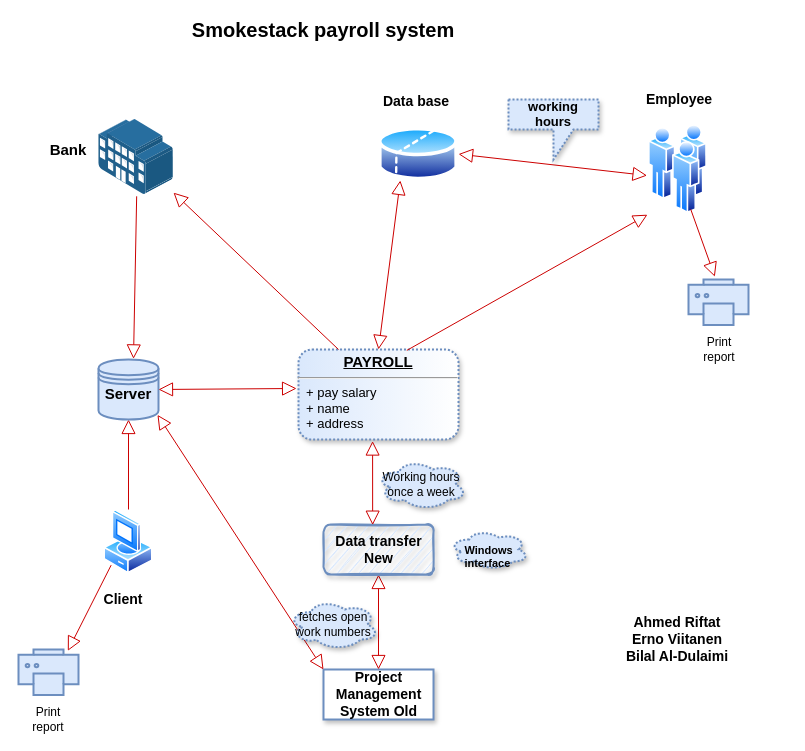
bilalaldulaimi/arduinoUno-wisol keeps this draw.io diagram as sigfox-hello-world/Untitled Diagram.drawio. Above is the earlier version. Source tidied: cells renumbered, new cells numbered last; positions are measured from the earlier drawing's top-left corner, leaving out a move shared by most shapes. Both pictures are drawn from the tidied source at 100%, with x=0, y=0 at pixel (18, 19).
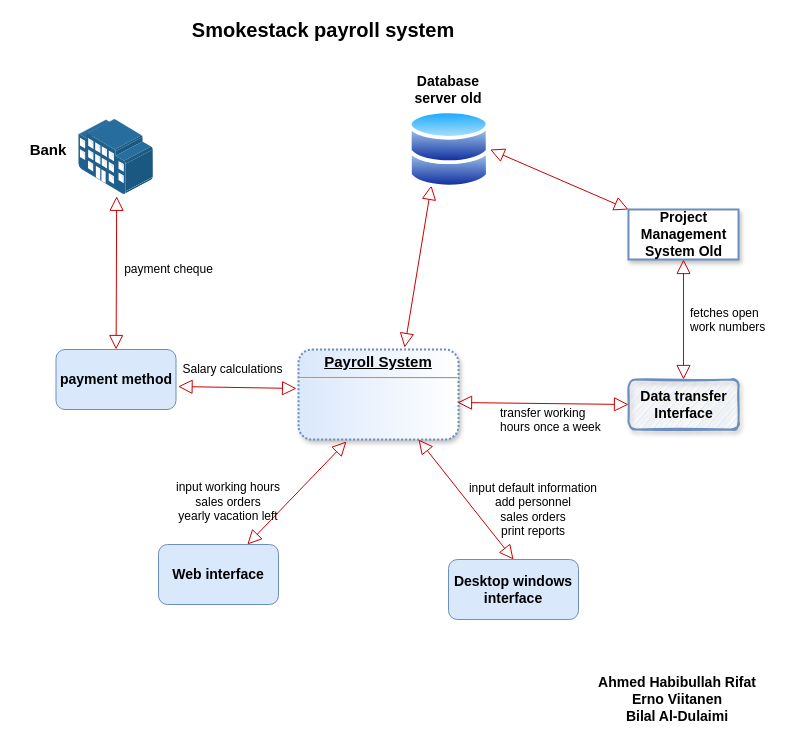
Above is the later version.

Change to the diagram source:
```diff
@@
-    <mxCell id="2" value="&lt;p style=&quot;margin: 4px 0px 0px ; text-align: center ; text-decoration: underline ; font-size: 15px&quot;&gt;&lt;b&gt;PAYROLL&lt;/b&gt;&lt;br&gt;&lt;/p&gt;&lt;hr&gt;&lt;p style=&quot;margin: 0px 0px 0px 8px ; font-size: 13px&quot;&gt;+ pay salary&lt;/p&gt;&lt;p style=&quot;margin: 0px 0px 0px 8px ; font-size: 13px&quot;&gt;+ name&lt;/p&gt;&lt;p style=&quot;margin: 0px 0px 0px 8px ; font-size: 13px&quot;&gt;+ address&lt;/p&gt;&lt;p style=&quot;margin: 0px 0px 0px 8px ; font-size: 13px&quot;&gt;&lt;br&gt;&lt;/p&gt;" style="verticalAlign=top;align=left;overflow=fill;fontSize=12;fontFamily=Helvetica;html=1;strokeWidth=2;fillColor=#dae8fc;strokeColor=#6c8ebf;dashed=1;dashPattern=1 1;rounded=1;perimeterSpacing=0;shadow=1;sketch=0;gradientColor=#ffffff;gradientDirection=east;" parent="1" vertex="1">
+    <mxCell id="2" value="&lt;p style=&quot;margin: 4px 0px 0px ; text-decoration: underline ; font-size: 15px&quot; align=&quot;center&quot;&gt;&lt;b&gt;Payroll System&lt;/b&gt;&lt;br&gt;&lt;/p&gt;&lt;hr&gt;&lt;p style=&quot;margin: 0px 0px 0px 8px ; font-size: 13px&quot;&gt;&lt;br&gt;&lt;/p&gt;&lt;br&gt;&lt;p style=&quot;margin: 0px 0px 0px 8px ; font-size: 13px&quot;&gt;&lt;br&gt;&lt;/p&gt;" style="verticalAlign=top;align=left;overflow=fill;fontSize=12;fontFamily=Helvetica;html=1;strokeWidth=2;fillColor=#dae8fc;strokeColor=#6c8ebf;dashed=1;dashPattern=1 1;rounded=1;perimeterSpacing=0;shadow=1;sketch=0;gradientColor=#ffffff;gradientDirection=east;imageAspect=1;" parent="1" vertex="1">
       <mxGeometry x="280" y="330" width="160" height="90" as="geometry" />
     </mxCell>
-    <mxCell id="3" style="endArrow=block;html=1;exitX=0.25;exitY=0;exitDx=0;exitDy=0;endFill=0;strokeColor=#CC0000;endSize=12;" parent="1" edge="1" source="2" target="13">
-      <mxGeometry relative="1" as="geometry" />
-    </mxCell>
-    <mxCell id="4" style="endArrow=block;html=1;strokeColor=#CC0000;entryX=-0.017;entryY=1.011;entryDx=0;entryDy=0;exitX=0.677;exitY=0.01;exitDx=0;exitDy=0;exitPerimeter=0;endFill=0;endSize=12;entryPerimeter=0;" parent="1" edge="1" source="2" target="20">
-      <mxGeometry relative="1" as="geometry" />
-    </mxCell>
-    <mxCell id="5" style="endArrow=block;startArrow=block;html=1;strokeColor=#CC0000;exitX=0.5;exitY=0;exitDx=0;exitDy=0;endFill=0;startFill=0;endSize=12;targetPerimeterSpacing=0;startSize=12;entryX=0.25;entryY=1;entryDx=0;entryDy=0;" parent="1" edge="1" source="2" target="18">
+    <mxCell id="5" style="endArrow=block;startArrow=block;html=1;strokeColor=#CC0000;exitX=0.663;exitY=-0.022;exitDx=0;exitDy=0;endFill=0;startFill=0;endSize=12;targetPerimeterSpacing=0;startSize=12;exitPerimeter=0;entryX=0.25;entryY=1;entryDx=0;entryDy=0;" parent="1" edge="1" source="2" target="38">
       <mxGeometry relative="1" as="geometry" />
     </mxCell>
-    <mxCell id="6" style="endArrow=block;startArrow=block;html=1;strokeColor=#CC0000;exitX=1;exitY=0.5;exitDx=0;exitDy=0;endSize=12;startSize=12;endFill=0;startFill=0;entryX=-0.024;entryY=0.572;entryDx=0;entryDy=0;entryPerimeter=0;" parent="1" edge="1" source="18" target="20">
+    <mxCell id="6" style="endArrow=block;startArrow=block;html=1;strokeColor=#CC0000;exitX=1;exitY=0.5;exitDx=0;exitDy=0;endSize=12;startSize=12;endFill=0;startFill=0;entryX=0;entryY=0;entryDx=0;entryDy=0;" parent="1" edge="1" source="38" target="10">
       <mxGeometry relative="1" as="geometry" />
     </mxCell>
-    <mxCell id="7" style="endArrow=block;html=1;strokeColor=#CC0000;entryX=0.5;entryY=1;entryDx=0;entryDy=0;endSize=12;endFill=0;" parent="1" edge="1" target="12">
-      <mxGeometry relative="1" as="geometry">
-        <mxPoint x="110" y="490" as="sourcePoint" />
-      </mxGeometry>
-    </mxCell>
@@
-    <mxCell id="9" style="endArrow=block;html=1;strokeColor=#CC0000;exitX=0.509;exitY=1.024;exitDx=0;exitDy=0;exitPerimeter=0;entryX=0.773;entryY=-0.013;entryDx=0;entryDy=0;entryPerimeter=0;endSize=12;endFill=0;" parent="1" edge="1" source="13">
-      <mxGeometry relative="1" as="geometry">
-        <mxPoint x="115" y="339.4" as="targetPoint" />
-      </mxGeometry>
+    <mxCell id="9" style="endArrow=block;html=1;strokeColor=#CC0000;exitX=0.509;exitY=1.024;exitDx=0;exitDy=0;exitPerimeter=0;endSize=12;endFill=0;startArrow=block;startFill=0;startSize=12;" parent="1" edge="1" source="13" target="45">
+      <mxGeometry relative="1" as="geometry" />
     </mxCell>
     <mxCell id="10" value="&lt;font style=&quot;font-size: 14px&quot;&gt;&lt;b&gt;&lt;font style=&quot;font-size: 14px&quot;&gt;Project&lt;/font&gt;&lt;/b&gt;&lt;/font&gt;&lt;div style=&quot;font-size: 14px&quot;&gt;&lt;font style=&quot;font-size: 14px&quot;&gt;&lt;b&gt;&lt;font style=&quot;font-size: 14px&quot;&gt;Management&lt;/font&gt;&lt;br&gt;&lt;/b&gt;&lt;/font&gt;&lt;/div&gt;&lt;div style=&quot;font-size: 14px&quot;&gt;&lt;font style=&quot;font-size: 14px&quot;&gt;&lt;b&gt;System Old&lt;/b&gt;&lt;/font&gt;&lt;br&gt;&lt;b&gt;&lt;/b&gt;&lt;/div&gt;" style="html=1;strokeWidth=2;strokeColor=#6c8ebf;rounded=0;glass=0;shadow=1;" parent="1" vertex="1">
-      <mxGeometry x="305" y="650" width="110" height="50" as="geometry" />
+      <mxGeometry x="610" y="190" width="110" height="50" as="geometry" />
     </mxCell>
-    <mxCell id="11" style="endArrow=block;startArrow=block;html=1;strokeColor=#CC0000;entryX=0.5;entryY=0;entryDx=0;entryDy=0;endSize=12;startSize=12;endFill=0;startFill=0;strokeWidth=1;exitX=0.5;exitY=1;exitDx=0;exitDy=0;" parent="1" edge="1" source="24" target="10">
+    <mxCell id="11" style="endArrow=block;startArrow=block;html=1;strokeColor=#CC0000;endSize=12;startSize=12;endFill=0;startFill=0;strokeWidth=1;exitX=0.5;exitY=0;exitDx=0;exitDy=0;entryX=0.5;entryY=1;entryDx=0;entryDy=0;" parent="1" edge="1" source="24" target="10">
       <mxGeometry relative="1" as="geometry" />
     </mxCell>
-    <mxCell id="12" value="&#10;&lt;font size=&quot;1&quot;&gt;&lt;b style=&quot;font-size: 15px&quot;&gt;Server&lt;/b&gt;&lt;/font&gt;&#10;&#10;" style="shape=datastore;whiteSpace=wrap;html=1;strokeColor=#6c8ebf;strokeWidth=2;fillColor=#dae8fc;" parent="1" vertex="1">
-      <mxGeometry x="80" y="340" width="60" height="60" as="geometry" />
-    </mxCell>
     <mxCell id="13" style="points=[];html=1;align=center;shadow=0;dashed=0;image;image=img/lib/allied_telesis/buildings/Large_Building.svg;strokeColor=#000000;strokeWidth=11;" parent="1" vertex="1">
-      <mxGeometry x="80" y="100" width="75" height="75" as="geometry" />
+      <mxGeometry x="60" y="100" width="75" height="75" as="geometry" />
     </mxCell>
     <mxCell id="14" value="&lt;b&gt;&lt;font style=&quot;font-size: 15px&quot;&gt;Bank&lt;/font&gt;&lt;/b&gt;" style="text;html=1;strokeColor=none;fillColor=none;align=center;verticalAlign=middle;whiteSpace=wrap;rounded=0;" parent="1" vertex="1">
-      <mxGeometry x="30" y="120" width="40" height="20" as="geometry" />
+      <mxGeometry x="10" y="120" width="40" height="20" as="geometry" />
     </mxCell>
-    <mxCell id="15" style="perimeter=ellipsePerimeter;html=1;align=center;shadow=0;dashed=0;spacingTop=3;image;image=img/lib/active_directory/vista_client.svg;strokeColor=#000000;strokeWidth=17;rotation=0;" parent="1" vertex="1">
-      <mxGeometry x="85.3" y="490" width="49.4" height="65" as="geometry" />
-    </mxCell>
-    <mxCell id="16" value="&lt;font style=&quot;font-size: 14px&quot;&gt;&lt;b&gt;Client&lt;/b&gt;&lt;/font&gt;" style="text;html=1;strokeColor=none;fillColor=none;align=center;verticalAlign=middle;whiteSpace=wrap;rounded=0;" parent="1" vertex="1">
-      <mxGeometry x="85.3" y="570" width="40" height="20" as="geometry" />
-    </mxCell>
-    <mxCell id="17" style="endArrow=block;startArrow=block;html=1;strokeColor=#CC0000;strokeWidth=1;exitX=1;exitY=0.5;exitDx=0;exitDy=0;entryX=-0.012;entryY=0.433;entryDx=0;entryDy=0;entryPerimeter=0;endSize=12;startSize=12;endFill=0;startFill=0;" parent="1" edge="1" source="12" target="2">
+    <mxCell id="17" style="endArrow=block;startArrow=block;html=1;strokeColor=#CC0000;strokeWidth=1;exitX=1.017;exitY=0.617;exitDx=0;exitDy=0;entryX=-0.012;entryY=0.433;entryDx=0;entryDy=0;entryPerimeter=0;endSize=12;startSize=12;endFill=0;startFill=0;exitPerimeter=0;" parent="1" edge="1" source="45" target="2">
       <mxGeometry relative="1" as="geometry" />
     </mxCell>
-    <mxCell id="18" style="perimeter=ellipsePerimeter;html=1;align=center;shadow=0;dashed=0;spacingTop=3;image;image=img/lib/active_directory/database_partition_2.svg;strokeColor=#000000;strokeWidth=17;" parent="1" vertex="1">
-      <mxGeometry x="360" y="105" width="80" height="59.2" as="geometry" />
-    </mxCell>
-    <mxCell id="19" value="&lt;b&gt;&lt;font style=&quot;font-size: 14px&quot;&gt;&lt;font style=&quot;font-size: 14px&quot;&gt;Data&lt;/font&gt; base&lt;/font&gt;&lt;/b&gt;" style="text;html=1;strokeColor=none;fillColor=none;align=center;verticalAlign=middle;whiteSpace=wrap;rounded=0;" parent="1" vertex="1">
-      <mxGeometry x="358" y="72" width="80" height="20" as="geometry" />
+    <mxCell id="19" value="&lt;b&gt;&lt;font style=&quot;font-size: 14px&quot;&gt;&lt;font style=&quot;font-size: 14px&quot;&gt;Data&lt;/font&gt;base server old&lt;br&gt;&lt;/font&gt;&lt;/b&gt;" style="text;html=1;strokeColor=none;fillColor=none;align=center;verticalAlign=middle;whiteSpace=wrap;rounded=0;" parent="1" vertex="1">
+      <mxGeometry x="390" y="60" width="80" height="20" as="geometry" />
     </mxCell>
-    <mxCell id="20" style="perimeter=ellipsePerimeter;html=1;align=center;shadow=0;dashed=0;spacingTop=3;image;image=img/lib/active_directory/users.svg;strokeColor=#000000;strokeWidth=17;" parent="1" vertex="1">
-      <mxGeometry x="630" y="105" width="58.9" height="89.2" as="geometry" />
-    </mxCell>
-    <mxCell id="21" value="&lt;b&gt;&lt;font style=&quot;font-size: 14px&quot;&gt;Employee&lt;/font&gt;&lt;/b&gt;" style="text;html=1;strokeColor=none;fillColor=none;align=center;verticalAlign=middle;whiteSpace=wrap;rounded=0;" parent="1" vertex="1">
-      <mxGeometry x="641" y="70" width="40" height="20" as="geometry" />
-    </mxCell>
-    <mxCell id="22" style="html=1;verticalLabelPosition=bottom;align=center;labelBackgroundColor=#ffffff;verticalAlign=top;strokeWidth=2;strokeColor=#6c8ebf;shadow=0;dashed=0;shape=mxgraph.ios7.icons.printer;fillColor=#dae8fc;" parent="1" vertex="1">
-      <mxGeometry y="630" width="60" height="45.5" as="geometry" />
-    </mxCell>
-    <mxCell id="23" value="&lt;div&gt;&lt;font style=&quot;font-size: 12px&quot;&gt;Print&lt;/font&gt;&lt;/div&gt;&lt;div&gt;&lt;font style=&quot;font-size: 12px&quot;&gt;report&lt;/font&gt;&lt;br&gt;&lt;/div&gt;" style="text;html=1;strokeColor=none;fillColor=none;align=center;verticalAlign=middle;whiteSpace=wrap;rounded=0;" parent="1" vertex="1">
-      <mxGeometry x="10" y="690" width="40" height="20" as="geometry" />
-    </mxCell>
-    <mxCell id="24" value="&lt;div style=&quot;font-size: 14px&quot;&gt;&lt;b&gt;&lt;font style=&quot;font-size: 14px&quot;&gt;Data transfer&lt;/font&gt;&lt;/b&gt;&lt;/div&gt;&lt;div style=&quot;font-size: 14px&quot;&gt;&lt;b&gt;&lt;font style=&quot;font-size: 14px&quot;&gt;New&lt;/font&gt;&lt;/b&gt;&lt;br&gt;&lt;/div&gt;" style="html=1;strokeColor=#6c8ebf;strokeWidth=2;fillColor=#dae8fc;rounded=1;glass=0;shadow=1;sketch=1;perimeterSpacing=0;" parent="1" vertex="1">
-      <mxGeometry x="305" y="505" width="110" height="50" as="geometry" />
+    <mxCell id="24" value="&lt;div style=&quot;font-size: 14px&quot;&gt;&lt;b&gt;&lt;font style=&quot;font-size: 14px&quot;&gt;Data transfer&lt;/font&gt;&lt;/b&gt;&lt;/div&gt;&lt;div style=&quot;font-size: 14px&quot;&gt;&lt;b&gt;Interface&lt;/b&gt;&lt;br&gt;&lt;/div&gt;" style="html=1;strokeColor=#6c8ebf;strokeWidth=2;fillColor=#dae8fc;rounded=1;glass=0;shadow=1;sketch=1;perimeterSpacing=0;" parent="1" vertex="1">
+      <mxGeometry x="610" y="360" width="110" height="50" as="geometry" />
     </mxCell>
-    <mxCell id="25" style="endArrow=block;startArrow=block;html=1;strokeColor=#CC0000;strokeWidth=1;entryX=0.463;entryY=1.017;entryDx=0;entryDy=0;entryPerimeter=0;exitX=0.447;exitY=0.013;exitDx=0;exitDy=0;exitPerimeter=0;endSize=12;startSize=12;endFill=0;startFill=0;" parent="1" edge="1" source="24" target="2">
+    <mxCell id="25" style="endArrow=block;startArrow=block;html=1;strokeColor=#CC0000;strokeWidth=1;entryX=0.994;entryY=0.589;entryDx=0;entryDy=0;entryPerimeter=0;exitX=0;exitY=0.5;exitDx=0;exitDy=0;endSize=12;startSize=12;endFill=0;startFill=0;" parent="1" edge="1" source="24" target="2">
       <mxGeometry relative="1" as="geometry" />
     </mxCell>
-    <mxCell id="26" style="endArrow=block;startArrow=block;html=1;strokeColor=#CC0000;strokeWidth=1;entryX=0.983;entryY=0.922;entryDx=0;entryDy=0;entryPerimeter=0;exitX=0;exitY=0;exitDx=0;exitDy=0;endSize=12;startSize=12;endFill=0;startFill=0;" parent="1" edge="1" source="10" target="12">
-      <mxGeometry relative="1" as="geometry" />
-    </mxCell>
@@
-    <mxCell id="28" value="&lt;p style=&quot;line-height: 120%&quot;&gt;&lt;b&gt;&lt;font style=&quot;font-size: 13px&quot;&gt;&lt;span id=&quot;yui_3_17_2_1_1599549741766_38&quot; lang=&quot;EN-US&quot;&gt;working hours&lt;/span&gt;&lt;/font&gt;&lt;/b&gt;&lt;/p&gt;" style="shape=callout;whiteSpace=wrap;html=1;perimeter=calloutPerimeter;rounded=0;shadow=1;glass=1;dashed=1;dashPattern=1 1;sketch=0;strokeColor=#6c8ebf;strokeWidth=2;fillColor=#dae8fc;" parent="1" vertex="1">
-      <mxGeometry x="490" y="80" width="90" height="60" as="geometry" />
-    </mxCell>
-    <mxCell id="29" value="&lt;font style=&quot;font-size: 11px&quot;&gt;&lt;br&gt;&lt;/font&gt;&lt;div style=&quot;font-size: 11px&quot;&gt;&lt;font style=&quot;font-size: 11px&quot;&gt;&lt;b&gt;&lt;font style=&quot;font-size: 11px&quot;&gt;&lt;span id=&quot;yui_3_17_2_1_1599549741766_40&quot; lang=&quot;EN-US&quot;&gt;Windows &lt;br&gt;&lt;/span&gt;&lt;/font&gt;&lt;/b&gt;&lt;/font&gt;&lt;/div&gt;&lt;div style=&quot;font-size: 11px&quot; align=&quot;justify&quot;&gt;&lt;font style=&quot;font-size: 11px&quot;&gt;&lt;b&gt;&lt;font style=&quot;font-size: 11px&quot;&gt;&lt;span id=&quot;yui_3_17_2_1_1599549741766_40&quot; lang=&quot;EN-US&quot;&gt;interface&lt;/span&gt;&lt;/font&gt;&lt;/b&gt;&lt;/font&gt;&lt;/div&gt;" style="ellipse;shape=cloud;whiteSpace=wrap;html=1;rounded=0;shadow=1;glass=1;dashed=1;dashPattern=1 1;sketch=0;strokeColor=#6c8ebf;strokeWidth=2;fillColor=#dae8fc;" parent="1" vertex="1">
-      <mxGeometry x="431" y="510" width="79" height="40" as="geometry" />
-    </mxCell>
-    <mxCell id="30" value="&lt;font style=&quot;font-size: 12px&quot;&gt;&lt;span id=&quot;yui_3_17_2_1_1599549741766_42&quot; lang=&quot;EN-US&quot;&gt;Working hours&lt;/span&gt;&lt;br&gt;&lt;span id=&quot;yui_3_17_2_1_1599549741766_42&quot; lang=&quot;EN-US&quot;&gt;once a week&lt;/span&gt;&lt;/font&gt;&lt;font style=&quot;font-size: 12px&quot;&gt;&lt;br&gt;&lt;/font&gt;" style="ellipse;shape=cloud;whiteSpace=wrap;html=1;rounded=0;shadow=1;glass=1;dashed=1;dashPattern=1 1;sketch=0;strokeColor=#6c8ebf;strokeWidth=2;fillColor=#dae8fc;" parent="1" vertex="1">
-      <mxGeometry x="358" y="440" width="90" height="50" as="geometry" />
-    </mxCell>
-    <mxCell id="31" style="endArrow=block;html=1;strokeColor=#CC0000;strokeWidth=1;entryX=0.822;entryY=0.03;entryDx=0;entryDy=0;entryPerimeter=0;exitX=0;exitY=1;exitDx=0;exitDy=0;endFill=0;endSize=12;" parent="1" edge="1" source="15" target="22">
-      <mxGeometry relative="1" as="geometry" />
-    </mxCell>
-    <mxCell id="32" value="&lt;div&gt;&lt;font style=&quot;font-size: 12px&quot;&gt;Print&lt;/font&gt;&lt;/div&gt;&lt;div&gt;&lt;font style=&quot;font-size: 12px&quot;&gt;report&lt;/font&gt;&lt;br&gt;&lt;/div&gt;" style="text;html=1;strokeColor=none;fillColor=none;align=center;verticalAlign=middle;whiteSpace=wrap;rounded=0;" parent="1" vertex="1">
-      <mxGeometry x="681" y="320" width="40" height="20" as="geometry" />
-    </mxCell>
-    <mxCell id="33" style="html=1;verticalLabelPosition=bottom;align=center;labelBackgroundColor=#ffffff;verticalAlign=top;strokeWidth=2;strokeColor=#6c8ebf;shadow=0;dashed=0;shape=mxgraph.ios7.icons.printer;fillColor=#dae8fc;" parent="1" vertex="1">
-      <mxGeometry x="670" y="260" width="60" height="45.5" as="geometry" />
-    </mxCell>
-    <mxCell id="34" style="endArrow=block;html=1;strokeColor=#CC0000;strokeWidth=1;exitX=0.75;exitY=1;exitDx=0;exitDy=0;entryX=0.439;entryY=-0.061;entryDx=0;entryDy=0;entryPerimeter=0;endSize=12;endFill=0;" parent="1" edge="1" source="20" target="33">
-      <mxGeometry relative="1" as="geometry" />
-    </mxCell>
-    <mxCell id="35" value="&lt;div style=&quot;font-size: 14px&quot;&gt;&lt;b&gt;&lt;font style=&quot;font-size: 14px&quot;&gt;Ahmed Riftat&lt;/font&gt;&lt;/b&gt;&lt;/div&gt;&lt;div style=&quot;font-size: 14px&quot;&gt;&lt;b&gt;&lt;font style=&quot;font-size: 14px&quot;&gt;Erno Viitanen&lt;/font&gt;&lt;/b&gt;&lt;/div&gt;&lt;div style=&quot;font-size: 14px&quot;&gt;&lt;b&gt;&lt;font style=&quot;font-size: 14px&quot;&gt;Bilal Al-Dulaimi&lt;br&gt;&lt;/font&gt;&lt;/b&gt;&lt;/div&gt;" style="text;html=1;strokeColor=none;fillColor=none;align=center;verticalAlign=middle;whiteSpace=wrap;rounded=0;shadow=1;glass=1;dashed=1;dashPattern=1 1;sketch=0;" parent="1" vertex="1">
-      <mxGeometry x="574.4" y="610" width="170" height="20" as="geometry" />
+    <mxCell id="35" value="&lt;div style=&quot;font-size: 14px&quot;&gt;&lt;b&gt;&lt;font style=&quot;font-size: 14px&quot;&gt;Ahmed Habibullah Rifat&lt;/font&gt;&lt;/b&gt;&lt;/div&gt;&lt;div style=&quot;font-size: 14px&quot;&gt;&lt;b&gt;&lt;font style=&quot;font-size: 14px&quot;&gt;Erno Viitanen&lt;/font&gt;&lt;/b&gt;&lt;/div&gt;&lt;div style=&quot;font-size: 14px&quot;&gt;&lt;b&gt;&lt;font style=&quot;font-size: 14px&quot;&gt;Bilal Al-Dulaimi&lt;br&gt;&lt;/font&gt;&lt;/b&gt;&lt;/div&gt;" style="text;html=1;strokeColor=none;fillColor=none;align=center;verticalAlign=middle;whiteSpace=wrap;rounded=0;shadow=1;glass=1;dashed=1;dashPattern=1 1;sketch=0;" parent="1" vertex="1">
+      <mxGeometry x="574.4" y="670" width="170" height="20" as="geometry" />
     </mxCell>
-    <mxCell id="36" value="&lt;span id=&quot;yui_3_17_2_1_1599549741766_42&quot; lang=&quot;EN-US&quot;&gt;fetches open&lt;br/&gt;work numbers&lt;/span&gt;" style="ellipse;shape=cloud;whiteSpace=wrap;html=1;rounded=0;shadow=1;glass=1;dashed=1;dashPattern=1 1;sketch=0;strokeColor=#6c8ebf;strokeWidth=2;fillColor=#dae8fc;" parent="1" vertex="1">
-      <mxGeometry x="270" y="580" width="90" height="50" as="geometry" />
+    <mxCell id="36" value="&lt;span id=&quot;yui_3_17_2_1_1599549741766_42&quot; lang=&quot;EN-US&quot;&gt;fetches open&lt;br&gt;work numbers&lt;/span&gt;" style="text;whiteSpace=wrap;html=1;" parent="1" vertex="1">
+      <mxGeometry x="670" y="280" width="100" height="40" as="geometry" />
     </mxCell>
+    <mxCell id="37" value="transfer w&lt;font style=&quot;font-size: 12px&quot;&gt;&lt;span id=&quot;yui_3_17_2_1_1599549741766_42&quot; lang=&quot;EN-US&quot;&gt;orking hours&lt;/span&gt; &lt;span id=&quot;yui_3_17_2_1_1599549741766_42&quot; lang=&quot;EN-US&quot;&gt;once a week&lt;/span&gt;&lt;/font&gt;&lt;font style=&quot;font-size: 12px&quot;&gt;&lt;br&gt;&lt;/font&gt;" style="text;whiteSpace=wrap;html=1;" parent="1" vertex="1">
+      <mxGeometry x="480" y="380" width="110" height="40" as="geometry" />
+    </mxCell>
+    <mxCell id="38" style="perimeter=ellipsePerimeter;html=1;align=center;shadow=0;dashed=0;spacingTop=3;image;image=img/lib/active_directory/databases.svg;" parent="1" vertex="1">
+      <mxGeometry x="390" y="90" width="81.6" height="80" as="geometry" />
+    </mxCell>
+    <mxCell id="39" style="rounded=0;jettySize=auto;html=1;exitX=0.5;exitY=0;exitDx=0;exitDy=0;entryX=0.75;entryY=1;entryDx=0;entryDy=0;endArrow=block;endFill=0;strokeColor=#CC0000;endSize=12;startSize=12;startArrow=block;startFill=0;" parent="1" edge="1" source="40" target="2">
+      <mxGeometry relative="1" as="geometry" />
+    </mxCell>
+    <mxCell id="40" value="&lt;div style=&quot;font-size: 14px&quot;&gt;&lt;font style=&quot;font-size: 14px&quot;&gt;&lt;b&gt;Desktop windows&lt;/b&gt;&lt;/font&gt;&lt;/div&gt;&lt;div style=&quot;font-size: 14px&quot;&gt;&lt;font style=&quot;font-size: 14px&quot;&gt;&lt;b&gt;interface&lt;br&gt;&lt;/b&gt;&lt;/font&gt;&lt;/div&gt;" style="rounded=1;whiteSpace=wrap;html=1;fillColor=#dae8fc;strokeColor=#6c8ebf;" parent="1" vertex="1">
+      <mxGeometry x="430" y="540" width="130" height="60" as="geometry" />
+    </mxCell>
+    <mxCell id="41" value="&lt;br&gt;&lt;div&gt;&lt;span id=&quot;yui_3_17_2_1_1599635082173_30&quot; lang=&quot;EN-US&quot;&gt;input default information&lt;/span&gt;&lt;/div&gt;&lt;div&gt;&lt;span id=&quot;yui_3_17_2_1_1599635082173_30&quot; lang=&quot;EN-US&quot;&gt;&lt;span id=&quot;yui_3_17_2_1_1599635082173_30&quot; lang=&quot;EN-US&quot;&gt;add personnel&lt;/span&gt;&lt;/span&gt;&lt;/div&gt;&lt;div&gt;&lt;span id=&quot;yui_3_17_2_1_1599635082173_30&quot; lang=&quot;EN-US&quot;&gt;sales orders&lt;/span&gt;&lt;/div&gt;&lt;div&gt;&lt;span id=&quot;yui_3_17_2_1_1599635082173_30&quot; lang=&quot;EN-US&quot;&gt;print reports&lt;br&gt;&lt;/span&gt;&lt;/div&gt;&lt;div&gt;&lt;span id=&quot;yui_3_17_2_1_1599635082173_30&quot; lang=&quot;EN-US&quot;&gt;&lt;span id=&quot;yui_3_17_2_1_1599635082173_30&quot; lang=&quot;EN-US&quot;&gt;&lt;br&gt;&lt;/span&gt;&lt;/span&gt;&lt;/div&gt;" style="text;html=1;strokeColor=none;fillColor=none;align=center;verticalAlign=middle;whiteSpace=wrap;rounded=0;" parent="1" vertex="1">
+      <mxGeometry x="420" y="450" width="190" height="80" as="geometry" />
+    </mxCell>
+    <mxCell id="42" style="rounded=0;jettySize=auto;html=1;entryX=0.3;entryY=1.022;entryDx=0;entryDy=0;entryPerimeter=0;startArrow=block;startFill=0;startSize=12;endArrow=block;endFill=0;endSize=12;strokeColor=#CC0000;jumpSize=6;" parent="1" edge="1" source="43" target="2">
+      <mxGeometry relative="1" as="geometry" />
+    </mxCell>
+    <mxCell id="43" value="&lt;b&gt;&lt;font style=&quot;font-size: 14px&quot;&gt;&lt;span id=&quot;yui_3_17_2_1_1599635082173_30&quot; lang=&quot;EN-US&quot;&gt;Web interface&lt;/span&gt;&lt;/font&gt;&lt;/b&gt;" style="rounded=1;whiteSpace=wrap;html=1;fillColor=#dae8fc;strokeColor=#6c8ebf;" parent="1" vertex="1">
+      <mxGeometry x="140" y="525" width="120" height="60" as="geometry" />
+    </mxCell>
+    <mxCell id="44" value="&lt;br&gt;&lt;span id=&quot;yui_3_17_2_1_1599635082173_30&quot; lang=&quot;EN-US&quot;&gt;input working hours&lt;/span&gt;&lt;br&gt;&lt;div&gt;sales orders&lt;span id=&quot;yui_3_17_2_1_1599635082173_43&quot; lang=&quot;EN-US&quot;&gt;&lt;br&gt;&lt;/span&gt;&lt;/div&gt;&lt;div&gt;&lt;span id=&quot;yui_3_17_2_1_1599635082173_43&quot; lang=&quot;EN-US&quot;&gt;yearly vacation&lt;/span&gt; left&lt;/div&gt;" style="text;html=1;strokeColor=none;fillColor=none;align=center;verticalAlign=middle;whiteSpace=wrap;rounded=0;" parent="1" vertex="1">
+      <mxGeometry x="125" y="440" width="170" height="70" as="geometry" />
+    </mxCell>
+    <mxCell id="45" value="&lt;b&gt;&lt;font style=&quot;font-size: 14px&quot;&gt;payment method &lt;/font&gt;&lt;/b&gt;" style="rounded=1;whiteSpace=wrap;html=1;fillColor=#dae8fc;strokeColor=#6c8ebf;" parent="1" vertex="1">
+      <mxGeometry x="37.5" y="330" width="120" height="60" as="geometry" />
+    </mxCell>
+    <mxCell id="46" value="&lt;p style=&quot;margin: 0px 0px 0px 8px&quot;&gt;&lt;span lang=&quot;EN-US&quot;&gt;Salary calculations&lt;/span&gt;&lt;/p&gt;" style="text;html=1;align=center;verticalAlign=middle;" parent="1" vertex="1">
+      <mxGeometry x="150" y="340" width="120" height="20" as="geometry" />
+    </mxCell>
+    <mxCell id="47" value="&lt;span id=&quot;yui_3_17_2_1_1599635082173_41&quot; lang=&quot;EN-US&quot;&gt;payment cheque&lt;/span&gt;" style="text;html=1;align=center;verticalAlign=middle;" parent="1" vertex="1">
+      <mxGeometry x="100" y="240" width="100" height="20" as="geometry" />
+    </mxCell>
```
